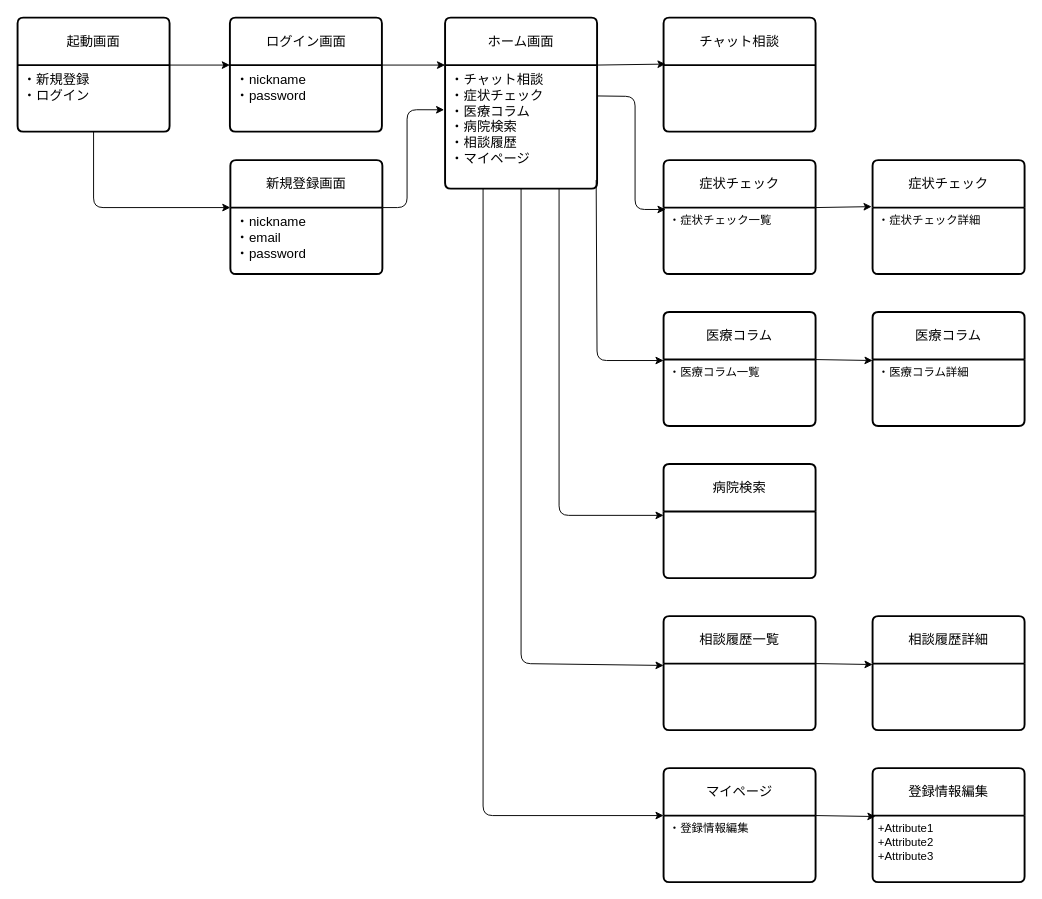
sakura2813/hanaso keeps this draw.io diagram as page "画面遷移図" (2 of 2) of hanaso.dio. Above is the earlier version. Source tidied: cells renumbered, new cells numbered last; positions are measured from the earlier drawing's top-left corner, leaving out a move shared by most shapes. Both pictures are drawn from the tidied source at 95%, with x=0, y=0 at pixel (17, 17).
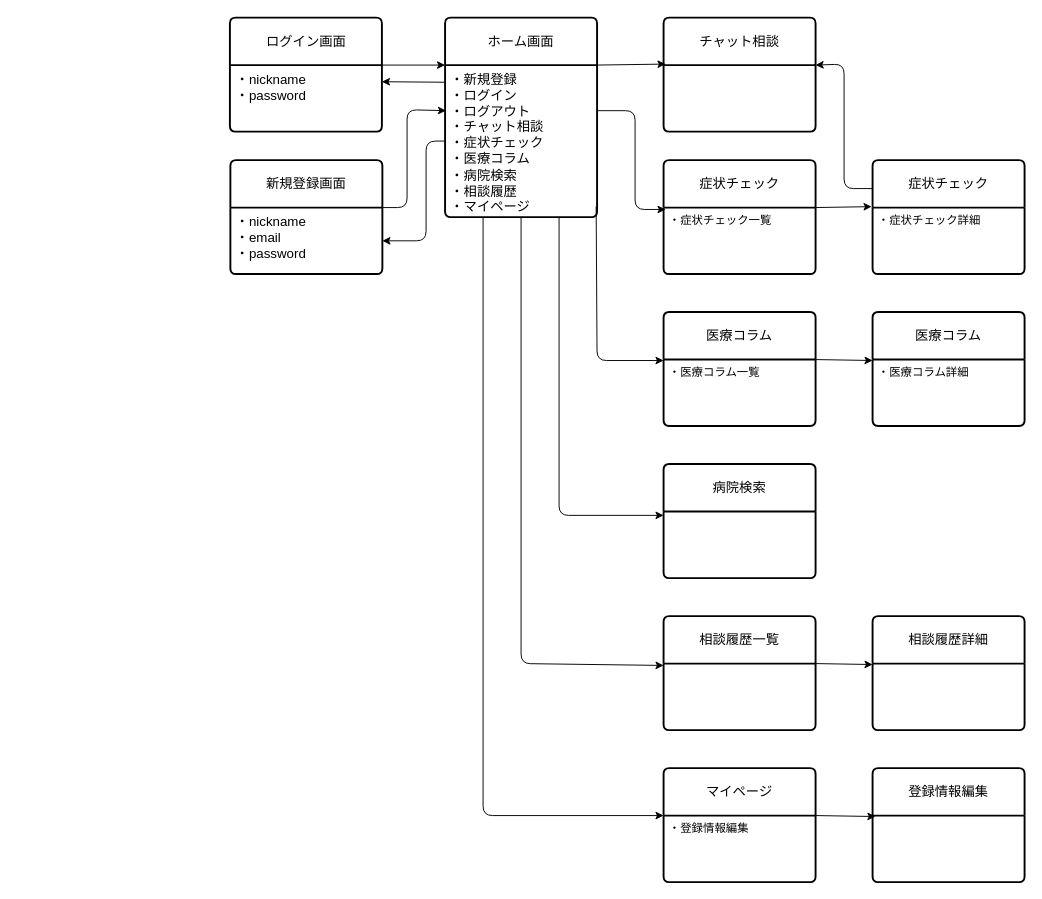
The same page after the edit.

Unchanged cells that the change refers to:
```xml
<mxCell id="5" value="&lt;font style=&quot;font-size: 14px;&quot;&gt;・nickname&lt;/font&gt;&lt;div&gt;&lt;font style=&quot;font-size: 14px;&quot;&gt;・password&lt;/font&gt;&lt;/div&gt;" style="align=left;strokeColor=none;fillColor=none;spacingLeft=4;fontSize=12;verticalAlign=top;html=1;" parent="4" vertex="1">
  <mxGeometry y="50" width="160" height="70" as="geometry" />
</mxCell>
<mxCell id="7" value="&lt;font style=&quot;font-size: 14px;&quot;&gt;・nickname&lt;/font&gt;&lt;div&gt;&lt;font style=&quot;font-size: 14px;&quot;&gt;・email&lt;/font&gt;&lt;/div&gt;&lt;div&gt;&lt;font style=&quot;font-size: 14px;&quot;&gt;・password&lt;/font&gt;&lt;/div&gt;" style="align=left;strokeColor=none;fillColor=none;spacingLeft=4;fontSize=12;verticalAlign=top;html=1;" parent="6" vertex="1">
  <mxGeometry y="50" width="160" height="70" as="geometry" />
</mxCell>
<mxCell id="34" value="症状チェック" style="swimlane;horizontal=1;startSize=50;rounded=1;fontSize=14;fontStyle=0;strokeWidth=2;shadow=0;dashed=0;align=center;arcSize=4;whiteSpace=wrap;html=1;" parent="1" vertex="1">
  <mxGeometry x="900" y="150" width="160" height="120" as="geometry" />
</mxCell>
<mxCell id="37" value="登録情報編集" style="swimlane;horizontal=1;startSize=50;rounded=1;fontSize=14;fontStyle=0;strokeWidth=2;shadow=0;dashed=0;align=center;arcSize=4;whiteSpace=wrap;html=1;" parent="1" vertex="1">
  <mxGeometry x="900" y="790" width="160" height="120" as="geometry" />
</mxCell>
```

Change to the diagram source:
```diff
@@
-    <mxCell id="2" value="起動画面" style="swimlane;horizontal=1;startSize=50;rounded=1;fontSize=14;fontStyle=0;strokeWidth=2;shadow=0;dashed=0;align=center;arcSize=4;whiteSpace=wrap;html=1;" parent="1" vertex="1">
-      <mxGeometry width="160" height="120" as="geometry" />
-    </mxCell>
-    <mxCell id="3" value="&lt;font style=&quot;font-size: 14px;&quot;&gt;・新規登録&lt;/font&gt;&lt;div&gt;&lt;font style=&quot;font-size: 14px;&quot;&gt;・ログイン&lt;/font&gt;&lt;/div&gt;" style="align=left;strokeColor=none;fillColor=none;spacingLeft=4;fontSize=12;verticalAlign=top;html=1;" parent="2" vertex="1">
-      <mxGeometry y="50" width="160" height="70" as="geometry" />
-    </mxCell>
@@
     <mxCell id="8" value="ホーム画面" style="swimlane;horizontal=1;startSize=50;rounded=1;fontSize=14;fontStyle=0;strokeWidth=2;shadow=0;dashed=0;align=center;arcSize=4;whiteSpace=wrap;html=1;" parent="1" vertex="1">
-      <mxGeometry x="450" width="160" height="180" as="geometry" />
+      <mxGeometry x="450" width="160" height="210" as="geometry" />
     </mxCell>
-    <mxCell id="9" value="&lt;font style=&quot;font-size: 14px;&quot;&gt;・チャット相談&lt;/font&gt;&lt;div&gt;&lt;font style=&quot;font-size: 14px;&quot;&gt;・症状チェック&lt;/font&gt;&lt;/div&gt;&lt;div&gt;&lt;font style=&quot;font-size: 14px;&quot;&gt;・医療コラム&lt;/font&gt;&lt;/div&gt;&lt;div&gt;&lt;span style=&quot;background-color: transparent;&quot;&gt;&lt;font style=&quot;font-size: 14px;&quot;&gt;・病院検索&lt;/font&gt;&lt;/span&gt;&lt;/div&gt;&lt;div&gt;&lt;span style=&quot;background-color: transparent;&quot;&gt;&lt;font style=&quot;font-size: 14px;&quot;&gt;・相談履歴&lt;/font&gt;&lt;/span&gt;&lt;/div&gt;&lt;div&gt;&lt;span style=&quot;background-color: transparent;&quot;&gt;&lt;font style=&quot;font-size: 14px;&quot;&gt;・マイページ&lt;/font&gt;&lt;/span&gt;&lt;/div&gt;" style="align=left;strokeColor=none;fillColor=none;spacingLeft=4;fontSize=12;verticalAlign=top;html=1;" parent="8" vertex="1">
-      <mxGeometry y="50" width="160" height="130" as="geometry" />
+    <mxCell id="9" value="&lt;div&gt;&lt;font style=&quot;font-size: 14px;&quot;&gt;・新規登録&lt;/font&gt;&lt;/div&gt;&lt;div&gt;&lt;font style=&quot;font-size: 14px;&quot;&gt;・ログイン&lt;/font&gt;&lt;/div&gt;&lt;div&gt;&lt;font style=&quot;font-size: 14px;&quot;&gt;・ログアウト&lt;/font&gt;&lt;/div&gt;&lt;font style=&quot;font-size: 14px;&quot;&gt;・チャット相談&lt;/font&gt;&lt;div&gt;&lt;font style=&quot;font-size: 14px;&quot;&gt;・症状チェック&lt;/font&gt;&lt;/div&gt;&lt;div&gt;&lt;font style=&quot;font-size: 14px;&quot;&gt;・医療コラム&lt;/font&gt;&lt;/div&gt;&lt;div&gt;&lt;span style=&quot;background-color: transparent;&quot;&gt;&lt;font style=&quot;font-size: 14px;&quot;&gt;・病院検索&lt;/font&gt;&lt;/span&gt;&lt;/div&gt;&lt;div&gt;&lt;span style=&quot;background-color: transparent;&quot;&gt;&lt;font style=&quot;font-size: 14px;&quot;&gt;・相談履歴&lt;/font&gt;&lt;/span&gt;&lt;/div&gt;&lt;div&gt;&lt;span style=&quot;background-color: transparent;&quot;&gt;&lt;font style=&quot;font-size: 14px;&quot;&gt;・マイページ&lt;/font&gt;&lt;/span&gt;&lt;/div&gt;" style="align=left;strokeColor=none;fillColor=none;spacingLeft=4;fontSize=12;verticalAlign=top;html=1;" parent="8" vertex="1">
+      <mxGeometry y="50" width="160" height="160" as="geometry" />
     </mxCell>
@@
-    <mxCell id="16" style="edgeStyle=none;html=1;exitX=1;exitY=0;exitDx=0;exitDy=0;entryX=0;entryY=0;entryDx=0;entryDy=0;" parent="1" edge="1" source="3" target="5">
-      <mxGeometry relative="1" as="geometry" />
-    </mxCell>
@@
-    <mxCell id="18" style="edgeStyle=none;html=1;exitX=0.5;exitY=1;exitDx=0;exitDy=0;entryX=0;entryY=0;entryDx=0;entryDy=0;" parent="1" edge="1" source="3" target="7">
-      <mxGeometry relative="1" as="geometry">
-        <Array as="points">
-          <mxPoint x="80" y="200" />
-        </Array>
-      </mxGeometry>
-    </mxCell>
-    <mxCell id="19" style="edgeStyle=none;html=1;exitX=1;exitY=0;exitDx=0;exitDy=0;entryX=-0.006;entryY=0.362;entryDx=0;entryDy=0;entryPerimeter=0;" parent="1" edge="1" source="7" target="9">
+    <mxCell id="19" style="edgeStyle=none;html=1;exitX=1;exitY=0;exitDx=0;exitDy=0;entryX=0.006;entryY=0.3;entryDx=0;entryDy=0;entryPerimeter=0;" parent="1" edge="1" source="7" target="9">
       <mxGeometry relative="1" as="geometry">
         <Array as="points">
           <mxPoint x="410" y="200" />
           <mxPoint x="410" y="97" />
         </Array>
       </mxGeometry>
     </mxCell>
@@
-    <mxCell id="21" style="edgeStyle=none;html=1;exitX=1;exitY=0.25;exitDx=0;exitDy=0;entryX=0.013;entryY=0.433;entryDx=0;entryDy=0;entryPerimeter=0;" parent="1" edge="1" source="9">
+    <mxCell id="21" style="edgeStyle=none;html=1;exitX=1;exitY=0.3;exitDx=0;exitDy=0;entryX=0.013;entryY=0.433;entryDx=0;entryDy=0;entryPerimeter=0;exitPerimeter=0;" parent="1" edge="1" source="9">
       <mxGeometry relative="1" as="geometry">
         <mxPoint x="682.1" y="202" as="targetPoint" />
         <Array as="points">
-          <mxPoint x="650" y="83" />
+          <mxPoint x="650" y="98" />
           <mxPoint x="650" y="202" />
         </Array>
       </mxGeometry>
     </mxCell>
@@
-    <mxCell id="38" value="+Attribute1&#10;+Attribute2&#10;+Attribute3" style="align=left;strokeColor=none;fillColor=none;spacingLeft=4;fontSize=12;verticalAlign=top;html=1;" parent="37" vertex="1">
-      <mxGeometry y="50" width="160" height="70" as="geometry" />
-    </mxCell>
@@
+    <mxCell id="40" style="edgeStyle=none;html=1;exitX=0;exitY=0.113;exitDx=0;exitDy=0;entryX=1;entryY=0.25;entryDx=0;entryDy=0;exitPerimeter=0;" parent="1" edge="1" source="9" target="5">
+      <mxGeometry relative="1" as="geometry" />
+    </mxCell>
+    <mxCell id="41" style="edgeStyle=none;html=1;exitX=0;exitY=0.5;exitDx=0;exitDy=0;entryX=1;entryY=0.5;entryDx=0;entryDy=0;" parent="1" edge="1" source="9" target="7">
+      <mxGeometry relative="1" as="geometry">
+        <Array as="points">
+          <mxPoint x="430" y="130" />
+          <mxPoint x="430" y="235" />
+        </Array>
+      </mxGeometry>
+    </mxCell>
+    <mxCell id="42" style="edgeStyle=none;html=1;exitX=0;exitY=0.25;exitDx=0;exitDy=0;" parent="1" edge="1" source="34">
+      <mxGeometry relative="1" as="geometry">
+        <mxPoint x="840" y="50" as="targetPoint" />
+        <Array as="points">
+          <mxPoint x="870" y="180" />
+          <mxPoint x="870" y="49" />
+        </Array>
+      </mxGeometry>
+    </mxCell>
```
